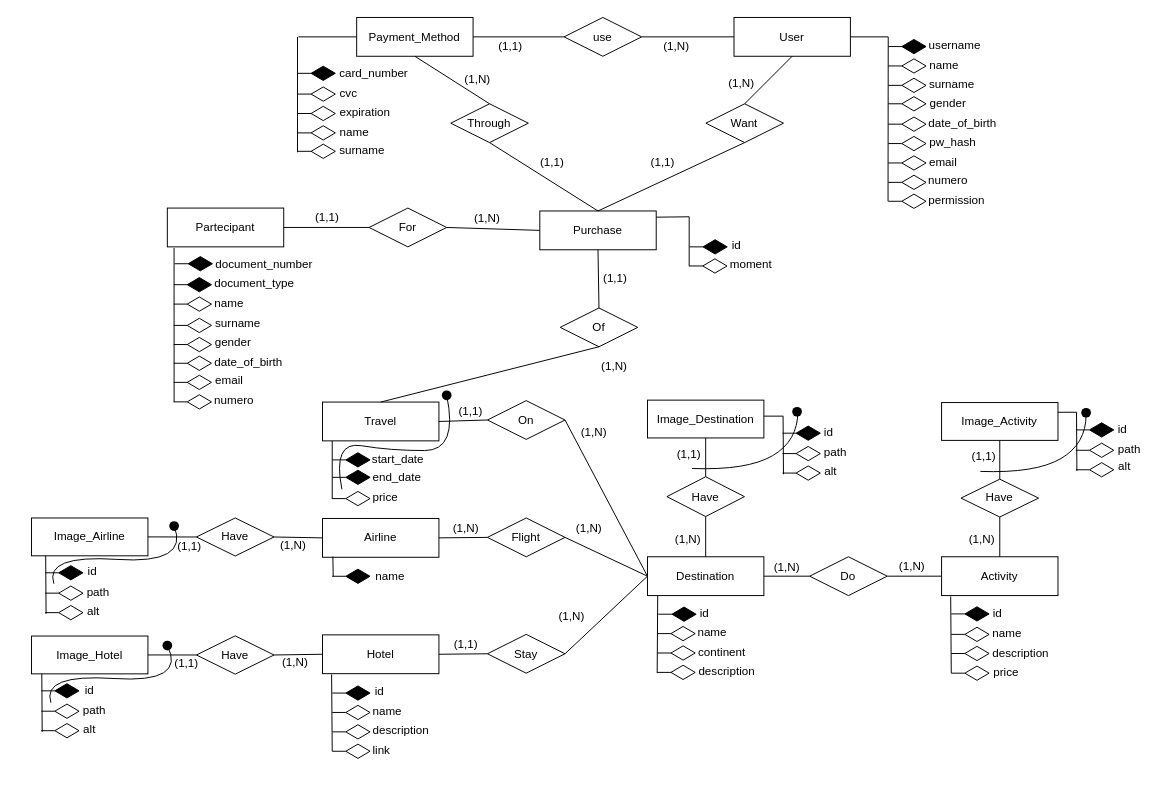
tech-web-unipd/sito-viaggi keeps this draw.io diagram as database/diagramma.drawio. Above is the earlier version. Source tidied: cells renumbered, new cells numbered last; positions are measured from the earlier drawing's top-left corner, leaving out a move shared by most shapes. Both pictures are drawn from the tidied source at 97%, with x=0, y=0 at pixel (31, 17).
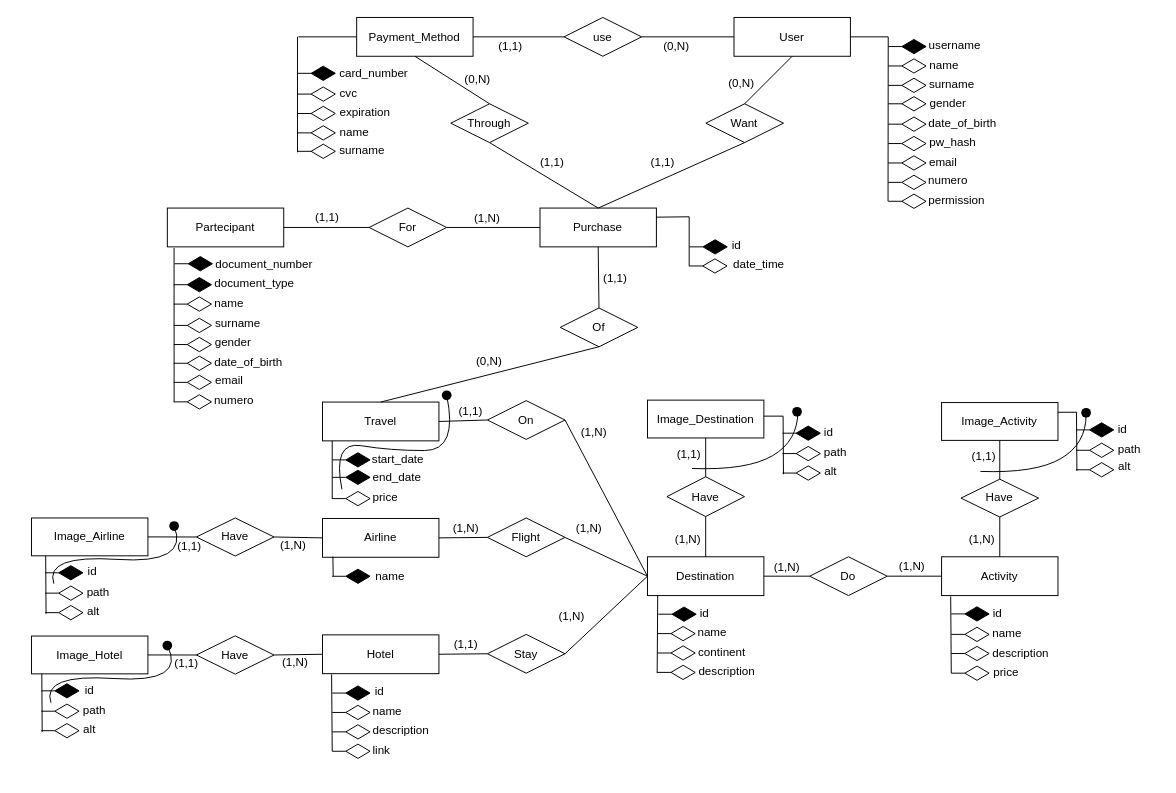
Above is the later version.

The edit, as a diff of the source:
```diff
@@
-    <mxCell id="151" value="(1,N)" style="text;html=1;strokeColor=none;fillColor=none;align=center;verticalAlign=middle;whiteSpace=wrap;rounded=0;" parent="1" vertex="1">
+    <mxCell id="151" value="(0,N)" style="text;html=1;strokeColor=none;fillColor=none;align=center;verticalAlign=middle;whiteSpace=wrap;rounded=0;" parent="1" vertex="1">
       <mxGeometry x="635.2" y="19.5" width="60" height="20" as="geometry" />
     </mxCell>
@@
     <mxCell id="163" value="Purchase" style="rounded=0;whiteSpace=wrap;html=1;" parent="1" vertex="1">
-      <mxGeometry x="524" y="199" width="120" height="40" as="geometry" />
+      <mxGeometry x="524.2" y="196" width="120" height="40" as="geometry" />
     </mxCell>
@@
-    <mxCell id="176" value="(1,N)" style="text;html=1;strokeColor=none;fillColor=none;align=center;verticalAlign=middle;whiteSpace=wrap;rounded=0;" parent="1" vertex="1">
+    <mxCell id="176" value="(0,N)" style="text;html=1;strokeColor=none;fillColor=none;align=center;verticalAlign=middle;whiteSpace=wrap;rounded=0;" parent="1" vertex="1">
       <mxGeometry x="430.2" y="54" width="60" height="20" as="geometry" />
     </mxCell>
-    <mxCell id="177" value="(1,N)" style="text;html=1;strokeColor=none;fillColor=none;align=center;verticalAlign=middle;whiteSpace=wrap;rounded=0;" parent="1" vertex="1">
+    <mxCell id="177" value="(0,N)" style="text;html=1;strokeColor=none;fillColor=none;align=center;verticalAlign=middle;whiteSpace=wrap;rounded=0;" parent="1" vertex="1">
       <mxGeometry x="702" y="57.5" width="60" height="20" as="geometry" />
     </mxCell>
@@
-    <mxCell id="179" value="(1,N)" style="text;html=1;strokeColor=none;fillColor=none;align=center;verticalAlign=middle;whiteSpace=wrap;rounded=0;" parent="1" vertex="1">
-      <mxGeometry x="571" y="349" width="60" height="20" as="geometry" />
+    <mxCell id="179" value="(0,N)" style="text;html=1;strokeColor=none;fillColor=none;align=center;verticalAlign=middle;whiteSpace=wrap;rounded=0;" parent="1" vertex="1">
+      <mxGeometry x="442.2" y="344" width="60" height="20" as="geometry" />
     </mxCell>
@@
-    <mxCell id="211" value="moment" style="text;html=1;strokeColor=none;fillColor=none;align=center;verticalAlign=middle;whiteSpace=wrap;rounded=0;" parent="1" vertex="1">
-      <mxGeometry x="712.2" y="244" width="60" height="20" as="geometry" />
+    <mxCell id="211" value="date_time" style="text;html=1;strokeColor=none;fillColor=none;align=center;verticalAlign=middle;whiteSpace=wrap;rounded=0;" parent="1" vertex="1">
+      <mxGeometry x="720.2" y="244" width="60" height="20" as="geometry" />
     </mxCell>
```
